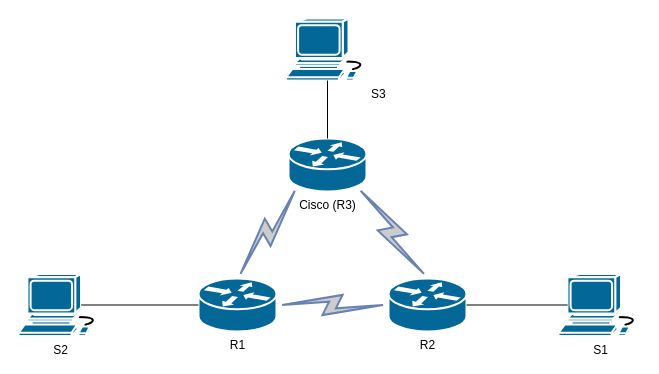
Above: routing/data/routingphysical.drawio in thisconnected/administracja (draw.io), before the change. Source tidied: cells renumbered, new cells numbered last; positions are measured from the earlier drawing's top-left corner, leaving out a move shared by most shapes. Both pictures are drawn from the tidied source at 100%, with x=0, y=0 at pixel (18, 18).
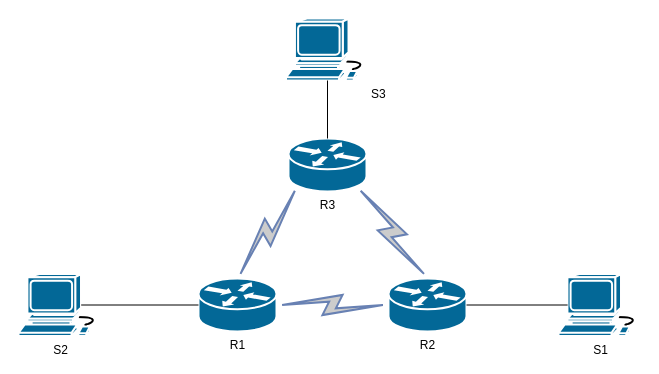
Above is the later version.

Change to the diagram source:
```diff
@@
 <mxGraphModel>
   <root>
     <mxCell id="0" />
     <mxCell id="1" parent="0" />
     <mxCell id="2" value="R1" style="shape=mxgraph.cisco.routers.router;html=1;dashed=0;fillColor=#036897;strokeColor=#ffffff;strokeWidth=2;verticalLabelPosition=bottom;verticalAlign=top;align=center;outlineConnect=0;" parent="1" vertex="1">
       <mxGeometry x="180" y="260" width="78" height="53" as="geometry" />
     </mxCell>
     <mxCell id="3" value="R2" style="shape=mxgraph.cisco.routers.router;html=1;dashed=0;fillColor=#036897;strokeColor=#ffffff;strokeWidth=2;verticalLabelPosition=bottom;verticalAlign=top;align=center;outlineConnect=0;" parent="1" vertex="1">
       <mxGeometry x="370" y="260" width="78" height="53" as="geometry" />
     </mxCell>
-    <mxCell id="4" value="Cisco (R3)" style="shape=mxgraph.cisco.routers.router;html=1;dashed=0;fillColor=#036897;strokeColor=#ffffff;strokeWidth=2;verticalLabelPosition=bottom;verticalAlign=top;align=center;outlineConnect=0;" parent="1" vertex="1">
+    <mxCell id="4" value="R3" style="shape=mxgraph.cisco.routers.router;html=1;dashed=0;fillColor=#036897;strokeColor=#ffffff;strokeWidth=2;verticalLabelPosition=bottom;verticalAlign=top;align=center;outlineConnect=0;" parent="1" vertex="1">
       <mxGeometry x="270" y="120" width="78" height="53" as="geometry" />
     </mxCell>
     <mxCell id="5" value="S3" style="shape=mxgraph.cisco.computers_and_peripherals.workstation;html=1;dashed=0;fillColor=#036897;strokeColor=#ffffff;strokeWidth=2;verticalLabelPosition=bottom;verticalAlign=top;align=left;outlineConnect=0;labelPosition=right;" parent="1" vertex="1">
       <mxGeometry x="267.5" width="83" height="62" as="geometry" />
     </mxCell>
     <mxCell id="6" value="S2" style="shape=mxgraph.cisco.computers_and_peripherals.workstation;html=1;dashed=0;fillColor=#036897;strokeColor=#ffffff;strokeWidth=2;verticalLabelPosition=bottom;verticalAlign=top;align=center;outlineConnect=0;" parent="1" vertex="1">
       <mxGeometry y="255.5" width="83" height="62" as="geometry" />
     </mxCell>
     <mxCell id="7" value="S1" style="shape=mxgraph.cisco.computers_and_peripherals.workstation;html=1;dashed=0;fillColor=#036897;strokeColor=#ffffff;strokeWidth=2;verticalLabelPosition=bottom;verticalAlign=top;align=center;outlineConnect=0;" parent="1" vertex="1">
       <mxGeometry x="540" y="255.5" width="83" height="62" as="geometry" />
     </mxCell>
     <mxCell id="8" style="endArrow=none;html=1;entryX=0;entryY=0.5;entryDx=0;entryDy=0;entryPerimeter=0;exitX=0.755;exitY=0.5;exitDx=0;exitDy=0;exitPerimeter=0;" parent="1" edge="1" source="6" target="2">
       <mxGeometry relative="1" as="geometry" />
     </mxCell>
     <mxCell id="9" style="endArrow=none;html=1;entryX=0.5;entryY=1;entryDx=0;entryDy=0;entryPerimeter=0;exitX=0.5;exitY=0;exitDx=0;exitDy=0;exitPerimeter=0;" parent="1" edge="1" source="4" target="5">
       <mxGeometry relative="1" as="geometry" />
     </mxCell>
     <mxCell id="10" style="endArrow=none;html=1;entryX=0.11;entryY=0.5;entryDx=0;entryDy=0;entryPerimeter=0;exitX=1;exitY=0.5;exitDx=0;exitDy=0;exitPerimeter=0;" parent="1" edge="1" source="3" target="7">
       <mxGeometry relative="1" as="geometry" />
     </mxCell>
     <mxCell id="11" style="html=1;outlineConnect=0;fillColor=#CCCCCC;strokeColor=#6881B3;gradientColor=none;gradientDirection=north;strokeWidth=2;shape=mxgraph.networks.comm_link_edge;html=1;entryX=0.12;entryY=0.9;entryDx=0;entryDy=0;entryPerimeter=0;exitX=0.5;exitY=0;exitDx=0;exitDy=0;exitPerimeter=0;" parent="1" edge="1" source="2" target="4">
       <mxGeometry relative="1" as="geometry" />
     </mxCell>
     <mxCell id="12" style="html=1;outlineConnect=0;fillColor=#CCCCCC;strokeColor=#6881B3;gradientColor=none;gradientDirection=north;strokeWidth=2;shape=mxgraph.networks.comm_link_edge;html=1;entryX=0.88;entryY=0.9;entryDx=0;entryDy=0;entryPerimeter=0;exitX=0.5;exitY=0;exitDx=0;exitDy=0;exitPerimeter=0;" parent="1" edge="1" source="3" target="4">
       <mxGeometry relative="1" as="geometry" />
     </mxCell>
     <mxCell id="13" style="html=1;outlineConnect=0;fillColor=#CCCCCC;strokeColor=#6881B3;gradientColor=none;gradientDirection=north;strokeWidth=2;shape=mxgraph.networks.comm_link_edge;html=1;entryX=0;entryY=0.5;entryDx=0;entryDy=0;entryPerimeter=0;exitX=1;exitY=0.5;exitDx=0;exitDy=0;exitPerimeter=0;" parent="1" edge="1" source="2" target="3">
       <mxGeometry relative="1" as="geometry" />
     </mxCell>
   </root>
 </mxGraphModel>
```
